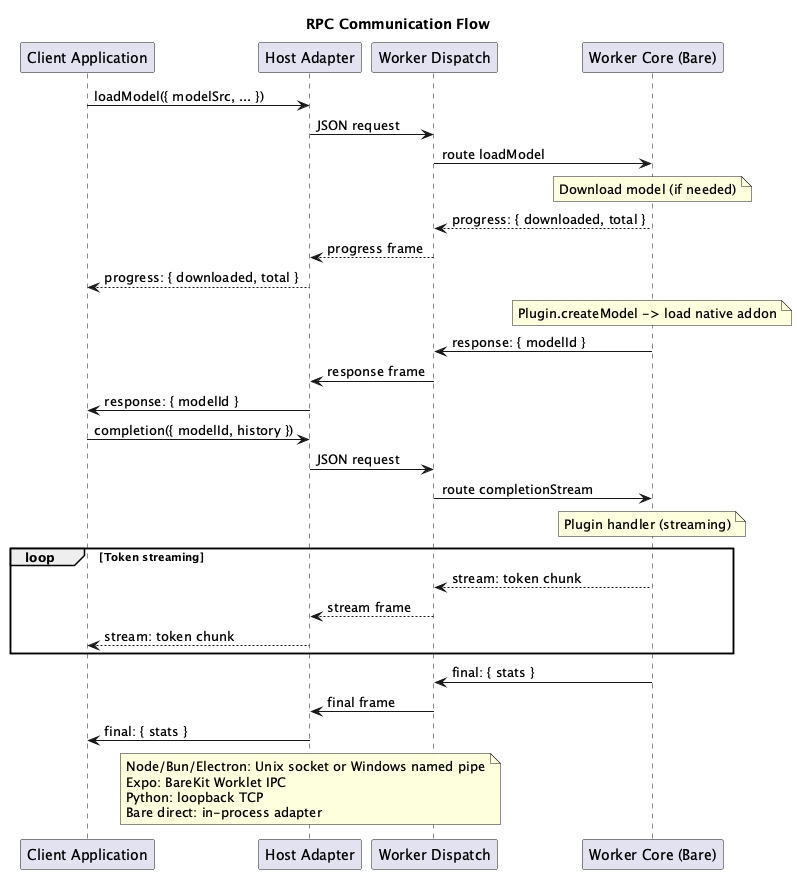
Earlier version of the PlantUML export docs/architecture/puml/images/07-rpc-communication-flow.png (Zbig9000/qvac).
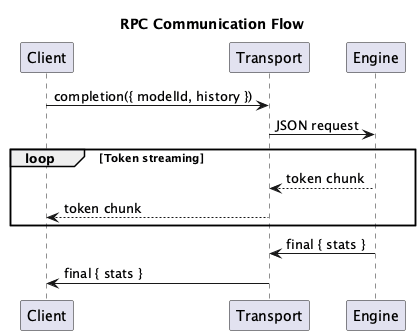
The same file after the commit.

Change to the diagram source:
```diff
@@ -1,45 +1,19 @@
 @startuml
 title RPC Communication Flow
 
-participant "Client Application" as Client
-participant "Host Adapter" as RPC
-participant "Worker Dispatch" as Dispatch
-participant "Worker Core (Bare)" as Server
+participant "Client" as Client
+participant "Transport" as Transport
+participant "Engine" as Engine
 
-Client -> RPC : loadModel({ modelSrc, ... })
-RPC -> Dispatch : JSON request
-Dispatch -> Server : route loadModel
+Client -> Transport : completion({ modelId, history })
+Transport -> Engine : JSON request
 
-note over Server : Download model (if needed)
-Server --> Dispatch : progress: { downloaded, total }
-Dispatch --> RPC : progress frame
-RPC --> Client : progress: { downloaded, total }
-
-note over Server : Plugin.createModel -> load native addon
-Server -> Dispatch : response: { modelId }
-Dispatch -> RPC : response frame
-RPC -> Client : response: { modelId }
-
-Client -> RPC : completion({ modelId, history })
-RPC -> Dispatch : JSON request
-Dispatch -> Server : route completionStream
-
-note over Server : Plugin handler (streaming)
 loop Token streaming
-    Server --> Dispatch : stream: token chunk
-    Dispatch --> RPC : stream frame
-    RPC --> Client : stream: token chunk
+    Engine --> Transport : token chunk
+    Transport --> Client : token chunk
 end
 
-Server -> Dispatch : final: { stats }
-Dispatch -> RPC : final frame
-RPC -> Client : final: { stats }
-
-note over RPC
-  Node/Bun/Electron: Unix socket or Windows named pipe
-  Expo: BareKit Worklet IPC
-  Python: loopback TCP
-  Bare direct: in-process adapter
-end note
+Engine -> Transport : final { stats }
+Transport -> Client : final { stats }
 
 @enduml
```
